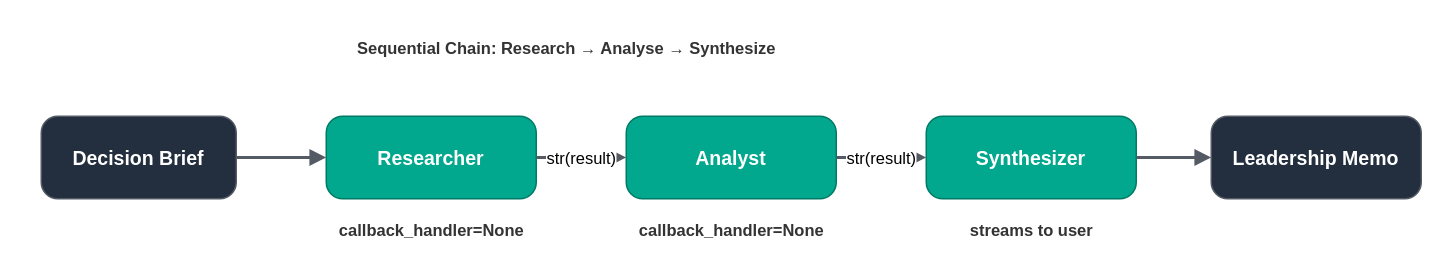
aws-samples/sample-multi-agent-systems-with-strands-workshop keeps this draw.io diagram as samples/02-sequential-chain/architecture.drawio. Above is the earlier version. Source tidied: cells renumbered, new cells numbered last; positions are measured from the earlier drawing's top-left corner, leaving out a move shared by most shapes. Both pictures are drawn from the tidied source at 150%, with x=0, y=0 at pixel (40, 26).
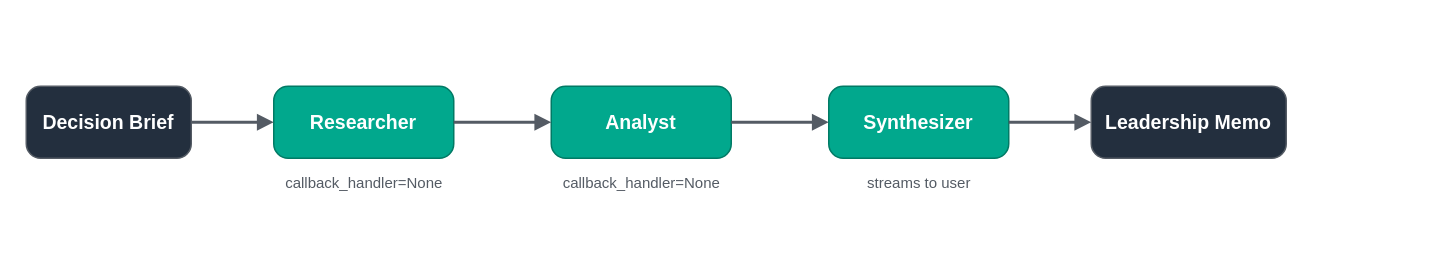
The same diagram, later.

Commit message (it also covers changes not shown here):
Fix M2 diagram (no overlapping labels), remove ASCII from READMEs, clean canva-prompts

Diff of the diagram source:
```diff
@@
 <mxGraphModel>
   <root>
     <mxCell id="0" />
     <mxCell id="1" parent="0" />
-    <mxCell id="2" value="Sequential Chain: Research → Analyse → Synthesize" style="text;html=1;align=center;verticalAlign=middle;fontSize=11;fontStyle=1;fillColor=#ffffff;strokeColor=none;fontColor=#333333;" parent="1" vertex="1">
-      <mxGeometry width="700" height="30" as="geometry" />
-    </mxCell>
     <mxCell id="3" value="Decision Brief" style="rounded=1;whiteSpace=wrap;html=1;fillColor=#232F3E;strokeColor=#545B64;fontColor=#ffffff;fontSize=13;fontStyle=1;arcSize=20;" parent="1" vertex="1">
-      <mxGeometry y="60" width="130" height="55" as="geometry" />
+      <mxGeometry x="-10" y="40" width="110" height="48" as="geometry" />
     </mxCell>
     <mxCell id="4" value="Researcher" style="rounded=1;whiteSpace=wrap;html=1;fillColor=#01A88D;strokeColor=#017A65;fontColor=#ffffff;fontSize=13;fontStyle=1;arcSize=20;" parent="1" vertex="1">
-      <mxGeometry x="190" y="60" width="140" height="55" as="geometry" />
+      <mxGeometry x="155" y="40" width="120" height="48" as="geometry" />
     </mxCell>
     <mxCell id="5" value="Analyst" style="rounded=1;whiteSpace=wrap;html=1;fillColor=#01A88D;strokeColor=#017A65;fontColor=#ffffff;fontSize=13;fontStyle=1;arcSize=20;" parent="1" vertex="1">
-      <mxGeometry x="390" y="60" width="140" height="55" as="geometry" />
+      <mxGeometry x="340" y="40" width="120" height="48" as="geometry" />
     </mxCell>
     <mxCell id="6" value="Synthesizer" style="rounded=1;whiteSpace=wrap;html=1;fillColor=#01A88D;strokeColor=#017A65;fontColor=#ffffff;fontSize=13;fontStyle=1;arcSize=20;" parent="1" vertex="1">
-      <mxGeometry x="590" y="60" width="140" height="55" as="geometry" />
+      <mxGeometry x="525" y="40" width="120" height="48" as="geometry" />
     </mxCell>
     <mxCell id="7" value="Leadership Memo" style="rounded=1;whiteSpace=wrap;html=1;fillColor=#232F3E;strokeColor=#545B64;fontColor=#ffffff;fontSize=13;fontStyle=1;arcSize=20;" parent="1" vertex="1">
-      <mxGeometry x="780" y="60" width="140" height="55" as="geometry" />
+      <mxGeometry x="700" y="40" width="130" height="48" as="geometry" />
     </mxCell>
     <mxCell id="8" style="edgeStyle=orthogonalEdgeStyle;rounded=0;jettySize=auto;html=1;flowAnimation=1;strokeWidth=2;strokeColor=#545B64;endArrow=block;endFill=1;" parent="1" edge="1" source="3" target="4">
       <mxGeometry relative="1" as="geometry" />
     </mxCell>
-    <mxCell id="9" value="str(result)" style="edgeStyle=orthogonalEdgeStyle;rounded=0;jettySize=auto;html=1;flowAnimation=1;strokeWidth=2;strokeColor=#545B64;endArrow=block;endFill=1;" parent="1" edge="1" source="4" target="5">
+    <mxCell id="9" style="edgeStyle=orthogonalEdgeStyle;rounded=0;jettySize=auto;html=1;flowAnimation=1;strokeWidth=2;strokeColor=#545B64;endArrow=block;endFill=1;" parent="1" edge="1" source="4" target="5">
       <mxGeometry relative="1" as="geometry" />
     </mxCell>
-    <mxCell id="10" value="str(result)" style="edgeStyle=orthogonalEdgeStyle;rounded=0;jettySize=auto;html=1;flowAnimation=1;strokeWidth=2;strokeColor=#545B64;endArrow=block;endFill=1;" parent="1" edge="1" source="5" target="6">
+    <mxCell id="10" style="edgeStyle=orthogonalEdgeStyle;rounded=0;jettySize=auto;html=1;flowAnimation=1;strokeWidth=2;strokeColor=#545B64;endArrow=block;endFill=1;" parent="1" edge="1" source="5" target="6">
       <mxGeometry relative="1" as="geometry" />
     </mxCell>
     <mxCell id="11" style="edgeStyle=orthogonalEdgeStyle;rounded=0;jettySize=auto;html=1;flowAnimation=1;strokeWidth=2;strokeColor=#545B64;endArrow=block;endFill=1;" parent="1" edge="1" source="6" target="7">
       <mxGeometry relative="1" as="geometry" />
     </mxCell>
-    <mxCell id="12" value="callback_handler=None" style="text;html=1;align=center;verticalAlign=middle;fontSize=11;fontStyle=1;fillColor=#ffffff;strokeColor=none;fontColor=#333333;" parent="1" vertex="1">
-      <mxGeometry x="190" y="125" width="140" height="22" as="geometry" />
+    <mxCell id="12" value="callback_handler=None" style="text;html=1;align=center;verticalAlign=middle;fontSize=10;fontStyle=0;fillColor=none;strokeColor=none;fontColor=#545B64;" parent="1" vertex="1">
+      <mxGeometry x="145" y="95" width="140" height="18" as="geometry" />
     </mxCell>
-    <mxCell id="13" value="callback_handler=None" style="text;html=1;align=center;verticalAlign=middle;fontSize=11;fontStyle=1;fillColor=#ffffff;strokeColor=none;fontColor=#333333;" parent="1" vertex="1">
-      <mxGeometry x="390" y="125" width="140" height="22" as="geometry" />
+    <mxCell id="13" value="callback_handler=None" style="text;html=1;align=center;verticalAlign=middle;fontSize=10;fontStyle=0;fillColor=none;strokeColor=none;fontColor=#545B64;" parent="1" vertex="1">
+      <mxGeometry x="330" y="95" width="140" height="18" as="geometry" />
     </mxCell>
-    <mxCell id="14" value="streams to user" style="text;html=1;align=center;verticalAlign=middle;fontSize=11;fontStyle=1;fillColor=#ffffff;strokeColor=none;fontColor=#333333;" parent="1" vertex="1">
-      <mxGeometry x="590" y="125" width="140" height="22" as="geometry" />
+    <mxCell id="14" value="streams to user" style="text;html=1;align=center;verticalAlign=middle;fontSize=10;fontStyle=0;fillColor=none;strokeColor=none;fontColor=#545B64;" parent="1" vertex="1">
+      <mxGeometry x="515" y="95" width="140" height="18" as="geometry" />
     </mxCell>
   </root>
 </mxGraphModel>
```
